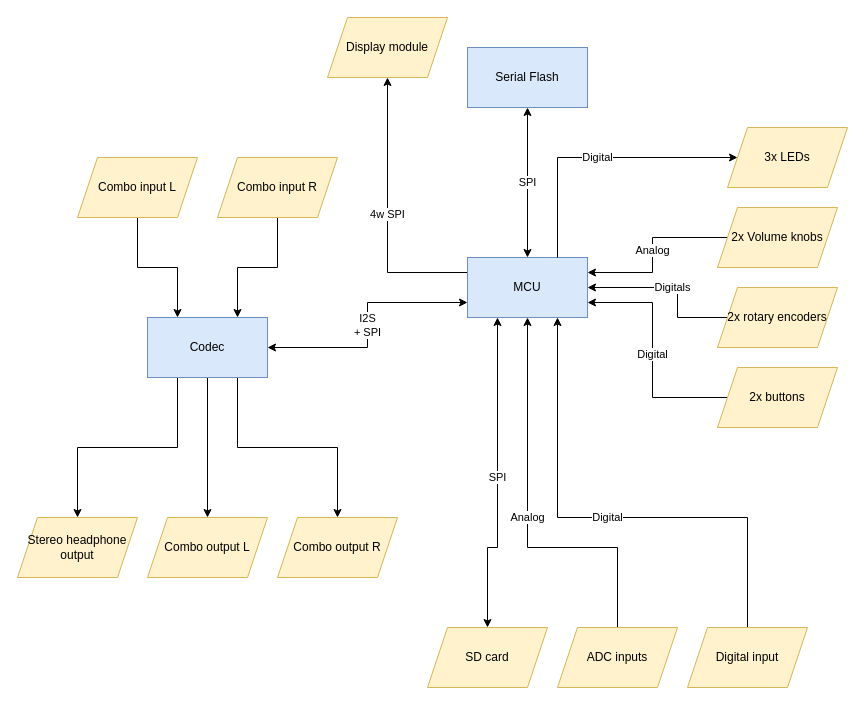
Earlier version of the draw.io diagram page "Page-1" (1 of 3) of system.drawio (giacomo-ascari/busy-toad). Source tidied: cells renumbered, new cells numbered last; positions are measured from the earlier drawing's top-left corner, leaving out a move shared by most shapes. Both pictures are drawn from the tidied source at 100%, with x=0, y=0 at pixel (17, 17).
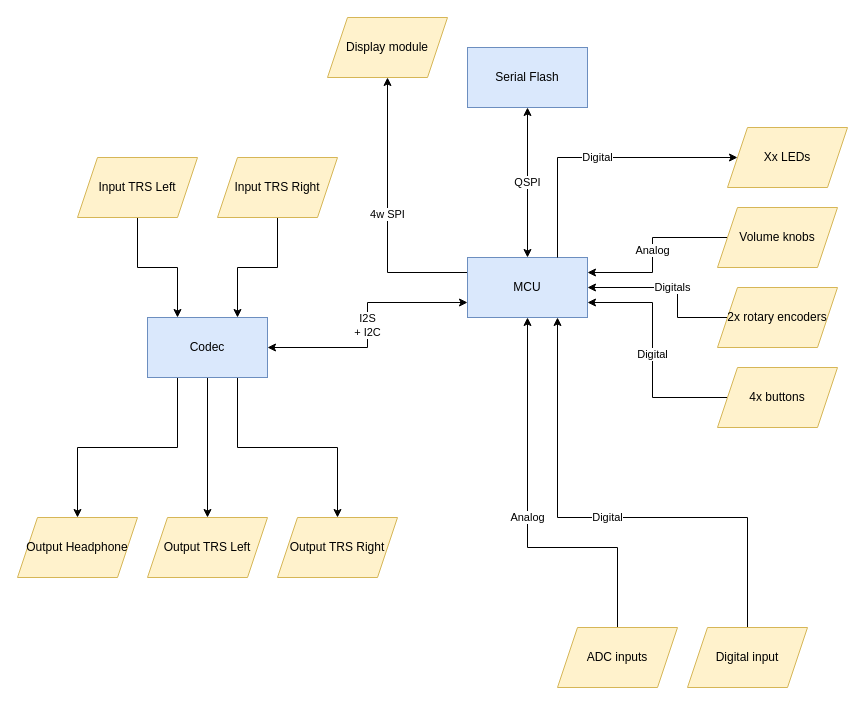
Above is the later version.

The change refers to these unchanged cells:
```xml
<mxCell id="5" value="Codec" style="rounded=0;whiteSpace=wrap;html=1;fillColor=#dae8fc;strokeColor=#6c8ebf;" parent="1" vertex="1">
  <mxGeometry x="130" y="300" width="120" height="60" as="geometry" />
</mxCell>
<mxCell id="10" value="MCU" style="rounded=0;whiteSpace=wrap;html=1;fillColor=#dae8fc;strokeColor=#6c8ebf;" parent="1" vertex="1">
  <mxGeometry x="450" y="240" width="120" height="60" as="geometry" />
</mxCell>
<mxCell id="11" value="Serial Flash" style="rounded=0;whiteSpace=wrap;html=1;fillColor=#dae8fc;strokeColor=#6c8ebf;" parent="1" vertex="1">
  <mxGeometry x="450" y="30" width="120" height="60" as="geometry" />
</mxCell>
```

Change to the diagram source:
```diff
@@
-    <mxCell id="6" value="I2S&lt;div&gt;+ SPI&lt;/div&gt;" style="edgeStyle=orthogonalEdgeStyle;rounded=0;jettySize=auto;html=1;exitX=0;exitY=0.75;exitDx=0;exitDy=0;entryX=1;entryY=0.5;entryDx=0;entryDy=0;startArrow=classic;startFill=1;" parent="1" edge="1" source="10" target="5">
+    <mxCell id="6" value="I2S&lt;div&gt;+ I2C&lt;/div&gt;" style="edgeStyle=orthogonalEdgeStyle;rounded=0;jettySize=auto;html=1;exitX=0;exitY=0.75;exitDx=0;exitDy=0;entryX=1;entryY=0.5;entryDx=0;entryDy=0;startArrow=classic;startFill=1;" parent="1" edge="1" source="10" target="5">
       <mxGeometry relative="1" as="geometry" />
     </mxCell>
-    <mxCell id="7" value="SPI" style="edgeStyle=orthogonalEdgeStyle;rounded=0;jettySize=auto;html=1;entryX=0.5;entryY=1;entryDx=0;entryDy=0;startArrow=classic;startFill=1;exitX=0.5;exitY=0;exitDx=0;exitDy=0;" parent="1" edge="1" source="10" target="11">
+    <mxCell id="7" value="QSPI" style="edgeStyle=orthogonalEdgeStyle;rounded=0;jettySize=auto;html=1;entryX=0.5;entryY=1;entryDx=0;entryDy=0;startArrow=classic;startFill=1;exitX=0.5;exitY=0;exitDx=0;exitDy=0;" parent="1" edge="1" source="10" target="11">
       <mxGeometry relative="1" as="geometry" />
     </mxCell>
-    <mxCell id="8" value="SPI" style="edgeStyle=orthogonalEdgeStyle;rounded=0;jettySize=auto;html=1;exitX=0.25;exitY=1;exitDx=0;exitDy=0;entryX=0.5;entryY=0;entryDx=0;entryDy=0;startArrow=classic;startFill=1;" parent="1" edge="1" source="10" target="19">
-      <mxGeometry relative="1" as="geometry">
-        <Array as="points">
-          <mxPoint x="480" y="530" />
-          <mxPoint x="470" y="530" />
-        </Array>
-      </mxGeometry>
-    </mxCell>
@@
-    <mxCell id="13" value="Combo input R" style="shape=parallelogram;perimeter=parallelogramPerimeter;whiteSpace=wrap;html=1;fixedSize=1;fillColor=#fff2cc;strokeColor=#d6b656;" parent="1" vertex="1">
+    <mxCell id="13" value="Input TRS Right" style="shape=parallelogram;perimeter=parallelogramPerimeter;whiteSpace=wrap;html=1;fixedSize=1;fillColor=#fff2cc;strokeColor=#d6b656;" parent="1" vertex="1">
       <mxGeometry x="200" y="140" width="120" height="60" as="geometry" />
     </mxCell>
@@
-    <mxCell id="15" value="Combo input L" style="shape=parallelogram;perimeter=parallelogramPerimeter;whiteSpace=wrap;html=1;fixedSize=1;fillColor=#fff2cc;strokeColor=#d6b656;" parent="1" vertex="1">
+    <mxCell id="15" value="Input TRS Left" style="shape=parallelogram;perimeter=parallelogramPerimeter;whiteSpace=wrap;html=1;fixedSize=1;fillColor=#fff2cc;strokeColor=#d6b656;" parent="1" vertex="1">
       <mxGeometry x="60" y="140" width="120" height="60" as="geometry" />
     </mxCell>
-    <mxCell id="16" value="Combo output L" style="shape=parallelogram;perimeter=parallelogramPerimeter;whiteSpace=wrap;html=1;fixedSize=1;fillColor=#fff2cc;strokeColor=#d6b656;" parent="1" vertex="1">
+    <mxCell id="16" value="Output TRS Left" style="shape=parallelogram;perimeter=parallelogramPerimeter;whiteSpace=wrap;html=1;fixedSize=1;fillColor=#fff2cc;strokeColor=#d6b656;" parent="1" vertex="1">
       <mxGeometry x="130" y="500" width="120" height="60" as="geometry" />
     </mxCell>
-    <mxCell id="17" value="Combo output R" style="shape=parallelogram;perimeter=parallelogramPerimeter;whiteSpace=wrap;html=1;fixedSize=1;fillColor=#fff2cc;strokeColor=#d6b656;" parent="1" vertex="1">
+    <mxCell id="17" value="Output TRS Right" style="shape=parallelogram;perimeter=parallelogramPerimeter;whiteSpace=wrap;html=1;fixedSize=1;fillColor=#fff2cc;strokeColor=#d6b656;" parent="1" vertex="1">
       <mxGeometry x="260" y="500" width="120" height="60" as="geometry" />
     </mxCell>
-    <mxCell id="18" value="Stereo headphone output" style="shape=parallelogram;perimeter=parallelogramPerimeter;whiteSpace=wrap;html=1;fixedSize=1;fillColor=#fff2cc;strokeColor=#d6b656;" parent="1" vertex="1">
+    <mxCell id="18" value="Output Headphone" style="shape=parallelogram;perimeter=parallelogramPerimeter;whiteSpace=wrap;html=1;fixedSize=1;fillColor=#fff2cc;strokeColor=#d6b656;" parent="1" vertex="1">
       <mxGeometry y="500" width="120" height="60" as="geometry" />
     </mxCell>
-    <mxCell id="19" value="SD card" style="shape=parallelogram;perimeter=parallelogramPerimeter;whiteSpace=wrap;html=1;fixedSize=1;fillColor=#fff2cc;strokeColor=#d6b656;" parent="1" vertex="1">
-      <mxGeometry x="410" y="610" width="120" height="60" as="geometry" />
-    </mxCell>
@@
-    <mxCell id="24" value="3x LEDs" style="shape=parallelogram;perimeter=parallelogramPerimeter;whiteSpace=wrap;html=1;fixedSize=1;fillColor=#fff2cc;strokeColor=#d6b656;" parent="1" vertex="1">
+    <mxCell id="24" value="Xx LEDs" style="shape=parallelogram;perimeter=parallelogramPerimeter;whiteSpace=wrap;html=1;fixedSize=1;fillColor=#fff2cc;strokeColor=#d6b656;" parent="1" vertex="1">
       <mxGeometry x="710" y="110" width="120" height="60" as="geometry" />
     </mxCell>
@@
-    <mxCell id="28" value="2x Volume knobs" style="shape=parallelogram;perimeter=parallelogramPerimeter;whiteSpace=wrap;html=1;fixedSize=1;fillColor=#fff2cc;strokeColor=#d6b656;" parent="1" vertex="1">
+    <mxCell id="28" value="Volume knobs" style="shape=parallelogram;perimeter=parallelogramPerimeter;whiteSpace=wrap;html=1;fixedSize=1;fillColor=#fff2cc;strokeColor=#d6b656;" parent="1" vertex="1">
       <mxGeometry x="700" y="190" width="120" height="60" as="geometry" />
     </mxCell>
@@
-    <mxCell id="32" value="2x buttons" style="shape=parallelogram;perimeter=parallelogramPerimeter;whiteSpace=wrap;html=1;fixedSize=1;fillColor=#fff2cc;strokeColor=#d6b656;" parent="1" vertex="1">
+    <mxCell id="32" value="4x buttons" style="shape=parallelogram;perimeter=parallelogramPerimeter;whiteSpace=wrap;html=1;fixedSize=1;fillColor=#fff2cc;strokeColor=#d6b656;" parent="1" vertex="1">
       <mxGeometry x="700" y="350" width="120" height="60" as="geometry" />
     </mxCell>
```
